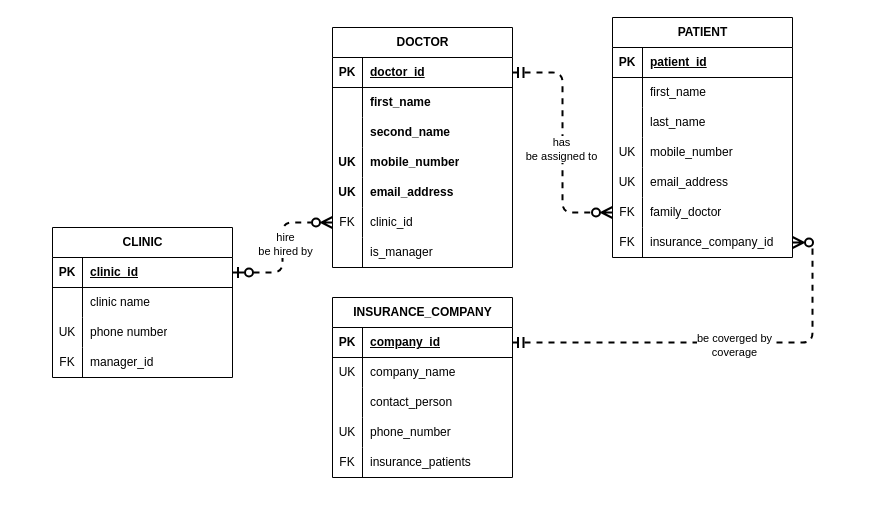
This is relational-database-design/chapter2/P0204.drawio from qichendev/assignments, a draw.io file, before an edit. Source tidied: cells renumbered, new cells numbered last; positions are measured from the earlier drawing's top-left corner, leaving out a move shared by most shapes. Both pictures are drawn from the tidied source at 100%, with x=0, y=0 at pixel (52, 17).
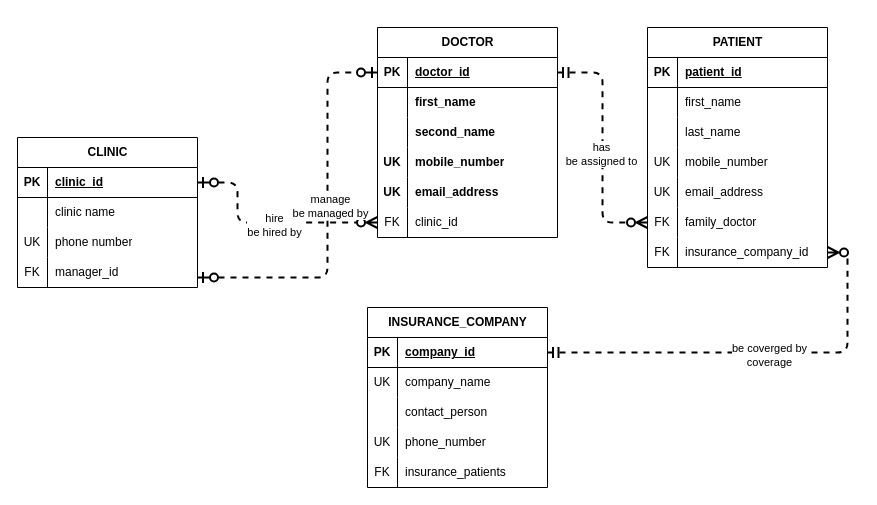
Above is the later version.

Unchanged cells that the change refers to:
```xml
<mxCell id="3" style="shape=tableRow;horizontal=0;startSize=0;swimlaneHead=0;swimlaneBody=0;fillColor=none;points=[[0,0.5],[1,0.5]];portConstraint=eastwest;top=0;left=0;right=0;bottom=1;" parent="2" vertex="1">
  <mxGeometry y="30" width="180" height="30" as="geometry" />
</mxCell>
<mxCell id="16" style="shape=tableRow;horizontal=0;startSize=0;swimlaneHead=0;swimlaneBody=0;fillColor=none;points=[[0,0.5],[1,0.5]];portConstraint=eastwest;top=0;left=0;right=0;bottom=1;" parent="15" vertex="1">
  <mxGeometry y="30" width="180" height="30" as="geometry" />
</mxCell>
<mxCell id="31" style="shape=tableRow;horizontal=0;startSize=0;swimlaneHead=0;swimlaneBody=0;fillColor=none;points=[[0,0.5],[1,0.5]];portConstraint=eastwest;top=0;left=0;right=0;bottom=0;" parent="15" vertex="1">
  <mxGeometry y="180" width="180" height="30" as="geometry" />
</mxCell>
<mxCell id="58" style="shape=tableRow;horizontal=0;startSize=0;swimlaneHead=0;swimlaneBody=0;fillColor=none;points=[[0,0.5],[1,0.5]];portConstraint=eastwest;top=0;left=0;right=0;bottom=0;" parent="39" vertex="1">
  <mxGeometry y="210" width="180" height="30" as="geometry" />
</mxCell>
<mxCell id="64" style="shape=tableRow;horizontal=0;startSize=0;swimlaneHead=0;swimlaneBody=0;fillColor=none;points=[[0,0.5],[1,0.5]];portConstraint=eastwest;top=0;left=0;right=0;bottom=1;" parent="63" vertex="1">
  <mxGeometry y="30" width="180" height="30" as="geometry" />
</mxCell>
```

What changed in the source:
```diff
@@
     <mxCell id="2" value="CLINIC" style="shape=table;startSize=30;childLayout=tableLayout;rowLines=0;fontStyle=1;align=center;html=1;" parent="1" vertex="1">
-      <mxGeometry y="210" width="180" height="150" as="geometry" />
+      <mxGeometry x="-35" y="120" width="180" height="150" as="geometry" />
     </mxCell>
@@
     <mxCell id="15" value="DOCTOR" style="shape=table;startSize=30;childLayout=tableLayout;rowLines=0;fontStyle=1;align=center;html=1;" parent="1" vertex="1">
-      <mxGeometry x="280" y="10" width="180" height="240" as="geometry" />
+      <mxGeometry x="325" y="10" width="180" height="210" as="geometry" />
     </mxCell>
@@
-    <mxCell id="34" style="shape=tableRow;horizontal=0;startSize=0;swimlaneHead=0;swimlaneBody=0;fillColor=none;top=0;left=0;right=0;bottom=0;" parent="15" vertex="1">
-      <mxGeometry y="210" width="180" height="30" as="geometry" />
-    </mxCell>
-    <mxCell id="35" style="shape=partialRectangle;fillColor=none;top=0;left=0;bottom=0;right=0;overflow=hidden;whiteSpace=wrap;html=1;" parent="34" vertex="1">
-      <mxGeometry width="30" height="30" as="geometry" />
-    </mxCell>
-    <mxCell id="36" value="is_manager" style="shape=partialRectangle;fillColor=none;top=0;left=0;bottom=0;right=0;align=left;spacingLeft=6;overflow=hidden;whiteSpace=wrap;html=1;" parent="34" vertex="1">
-      <mxGeometry x="30" width="150" height="30" as="geometry" />
-    </mxCell>
     <mxCell id="37" style="edgeStyle=elbowEdgeStyle;fontSize=12;html=1;endArrow=ERzeroToMany;startArrow=ERzeroToOne;rounded=1;endSize=8;startSize=8;strokeWidth=2;dashed=1;jumpStyle=none;curved=0;startFill=0;endFill=0;exitX=1;exitY=0.5;exitDx=0;exitDy=0;entryX=0;entryY=0.5;entryDx=0;entryDy=0;" parent="1" edge="1" source="3" target="31">
-      <mxGeometry relative="1" as="geometry" />
+      <mxGeometry relative="1" as="geometry">
+        <Array as="points">
+          <mxPoint x="185" y="190" />
+        </Array>
+      </mxGeometry>
     </mxCell>
@@
     <mxCell id="39" value="PATIENT" style="shape=table;startSize=30;childLayout=tableLayout;rowLines=0;fontStyle=1;align=center;html=1;" parent="1" vertex="1">
-      <mxGeometry x="560" width="180" height="240" as="geometry" />
+      <mxGeometry x="595" y="10" width="180" height="240" as="geometry" />
     </mxCell>
@@
     <mxCell id="63" value="INSURANCE_COMPANY" style="shape=table;startSize=30;childLayout=tableLayout;rowLines=0;fontStyle=1;align=center;html=1;" parent="1" vertex="1">
-      <mxGeometry x="280" y="280" width="180" height="180" as="geometry" />
+      <mxGeometry x="315" y="290" width="180" height="180" as="geometry" />
     </mxCell>
@@
     <mxCell id="79" style="edgeStyle=elbowEdgeStyle;fontSize=12;html=1;endArrow=ERzeroToMany;startArrow=ERmandOne;rounded=1;endSize=8;startSize=8;strokeWidth=2;dashed=1;jumpStyle=none;curved=0;startFill=0;endFill=0;exitX=1;exitY=0.5;exitDx=0;exitDy=0;entryX=1;entryY=0.5;entryDx=0;entryDy=0;" parent="1" edge="1" source="64" target="58">
       <mxGeometry relative="1" as="geometry">
         <Array as="points">
-          <mxPoint x="760" y="370" />
+          <mxPoint x="795" y="380" />
         </Array>
       </mxGeometry>
     </mxCell>
@@
+    <mxCell id="81" style="edgeStyle=elbowEdgeStyle;fontSize=12;html=1;endArrow=ERzeroToOne;startArrow=ERzeroToOne;rounded=1;endSize=8;startSize=8;strokeWidth=2;dashed=1;jumpStyle=none;curved=0;startFill=0;endFill=0;entryX=0;entryY=0.5;entryDx=0;entryDy=0;" parent="1" edge="1" target="16">
+      <mxGeometry relative="1" as="geometry">
+        <mxPoint x="145" y="260" as="sourcePoint" />
+        <Array as="points">
+          <mxPoint x="275" y="130" />
+        </Array>
+      </mxGeometry>
+    </mxCell>
+    <mxCell id="82" value="manage&lt;div&gt;be managed by&lt;/div&gt;" style="edgeLabel;html=1;align=center;verticalAlign=middle;" parent="81" vertex="1">
+      <mxGeometry x="0.05" y="-2" relative="1" as="geometry" />
+    </mxCell>
```
